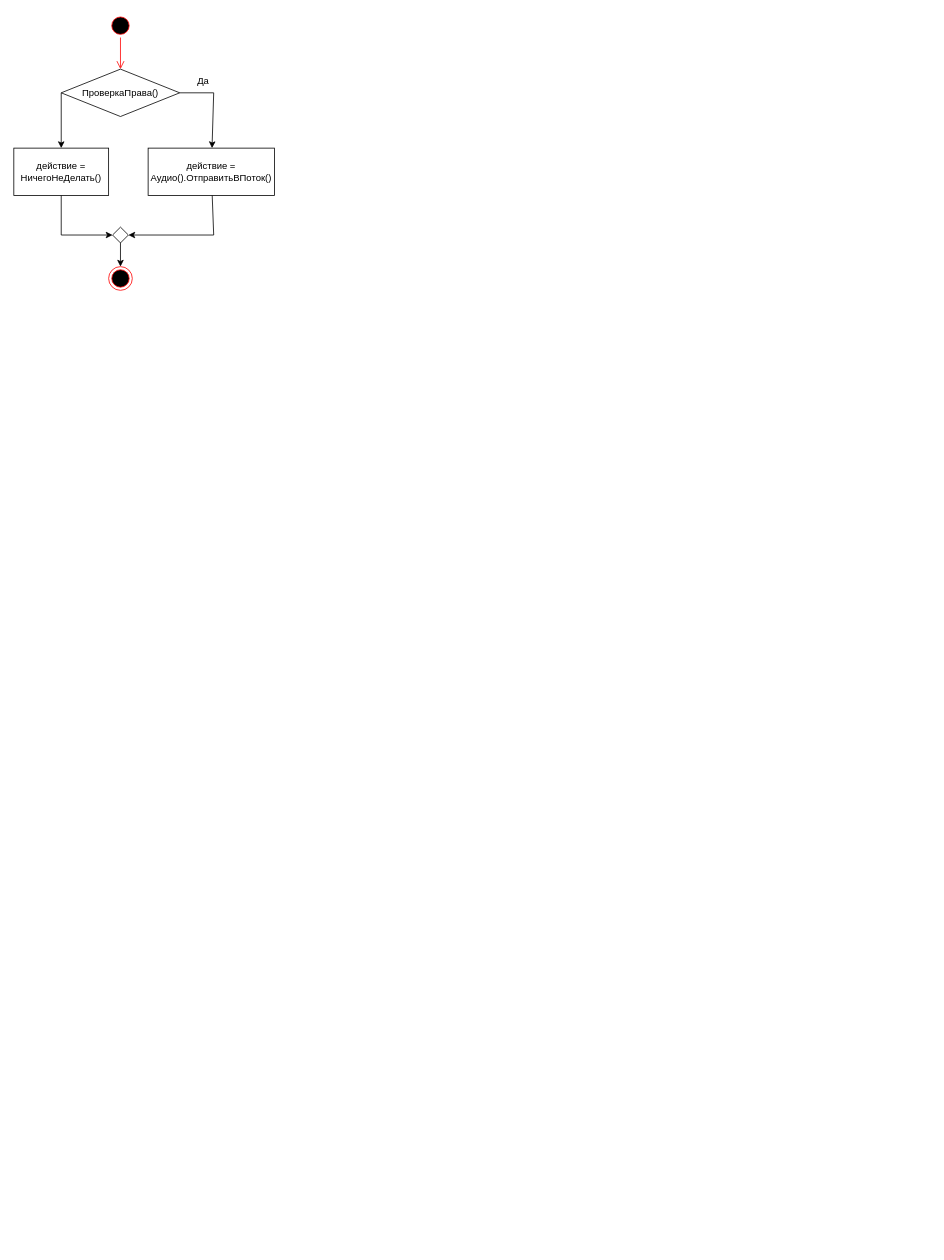
Above: ТОАУ/ЛР2/6 2.drawio in eldarian-1/pstu (draw.io), before the change. Source tidied: cells renumbered, new cells numbered last; positions are measured from the earlier drawing's top-left corner, leaving out a move shared by most shapes. Both pictures are drawn from the tidied source at 79%, with x=0, y=0 at pixel (13, 13).
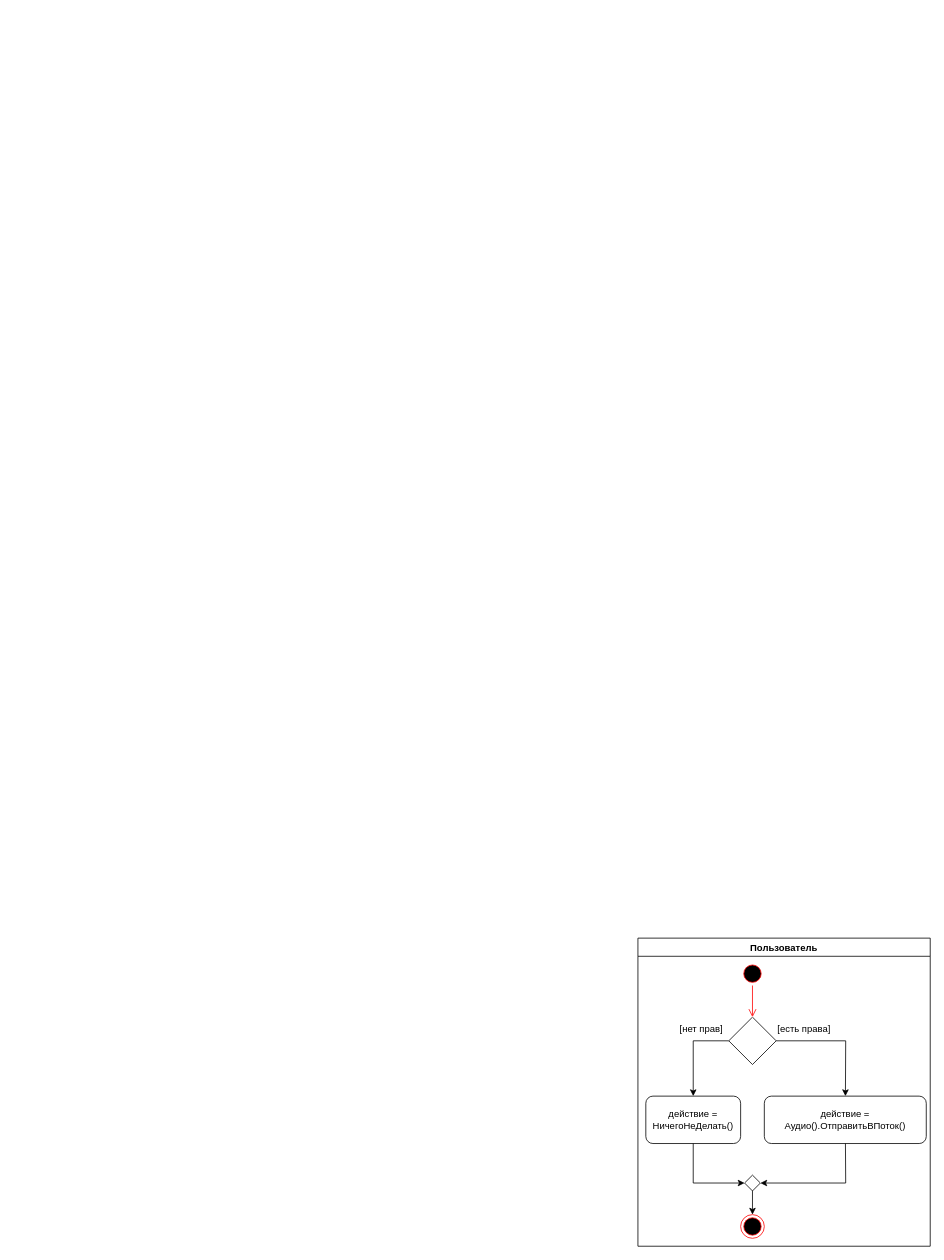
After the change.

What changed in the source:
```diff
@@
-    <mxCell id="2" style="ellipse;html=1;shape=startState;fillColor=#000000;strokeColor=#ff0000;" parent="1" vertex="1">
-      <mxGeometry x="120" width="30" height="30" as="geometry" />
-    </mxCell>
-    <mxCell id="3" style="edgeStyle=orthogonalEdgeStyle;html=1;verticalAlign=bottom;endArrow=open;endSize=8;strokeColor=#ff0000;rounded=0;" parent="1" edge="1" source="2" target="7">
-      <mxGeometry relative="1" as="geometry" />
-    </mxCell>
+    <mxCell id="15" value="Пользователь" style="swimlane;" parent="1" vertex="1">
+      <mxGeometry x="790" y="1170" width="370" height="390" as="geometry" />
+    </mxCell>
+    <mxCell id="16" style="ellipse;html=1;shape=startState;fillColor=#000000;strokeColor=#ff0000;" parent="15" vertex="1">
+      <mxGeometry x="130" y="30" width="30" height="30" as="geometry" />
+    </mxCell>
+    <mxCell id="17" style="edgeStyle=orthogonalEdgeStyle;html=1;verticalAlign=bottom;endArrow=open;endSize=8;strokeColor=#ff0000;rounded=0;" parent="15" edge="1" source="16" target="20">
+      <mxGeometry relative="1" as="geometry" />
+    </mxCell>
-    <mxCell id="4" value="действие = Аудио().ОтправитьВПоток()" style="rounded=0;whiteSpace=wrap;html=1;" parent="1" vertex="1">
-      <mxGeometry x="170" y="170" width="160" height="60" as="geometry" />
+    <mxCell id="4" value="действие = Аудио().ОтправитьВПоток()" style="rounded=1;whiteSpace=wrap;html=1;" parent="15" vertex="1">
+      <mxGeometry x="160" y="200" width="205" height="60" as="geometry" />
     </mxCell>
-    <mxCell id="5" style="ellipse;html=1;shape=endState;fillColor=#000000;strokeColor=#ff0000;" parent="1" vertex="1">
-      <mxGeometry x="120" y="320" width="30" height="30" as="geometry" />
-    </mxCell>
-    <mxCell id="6" style="endArrow=classic;html=1;rounded=0;entryX=1;entryY=0.5;entryDx=0;entryDy=0;" parent="1" edge="1" source="4" target="12">
-      <mxGeometry relative="1" as="geometry">
-        <Array as="points">
-          <mxPoint x="253" y="280" />
-        </Array>
-      </mxGeometry>
-    </mxCell>
-    <mxCell id="7" value="ПроверкаПрава()" style="rhombus;whiteSpace=wrap;html=1;" parent="1" vertex="1">
-      <mxGeometry x="60" y="70" width="150" height="60" as="geometry" />
-    </mxCell>
-    <mxCell id="8" style="endArrow=classic;html=1;rounded=0;exitX=1;exitY=0.5;exitDx=0;exitDy=0;" parent="1" edge="1" source="7" target="4">
-      <mxGeometry relative="1" as="geometry">
-        <Array as="points">
-          <mxPoint x="253" y="100" />
-        </Array>
-      </mxGeometry>
-    </mxCell>
+    <mxCell id="18" style="ellipse;html=1;shape=endState;fillColor=#000000;strokeColor=#ff0000;" parent="15" vertex="1">
+      <mxGeometry x="130" y="350" width="30" height="30" as="geometry" />
+    </mxCell>
+    <mxCell id="19" style="endArrow=classic;html=1;rounded=0;entryX=1;entryY=0.5;entryDx=0;entryDy=0;" parent="15" edge="1" source="4" target="23">
+      <mxGeometry relative="1" as="geometry">
+        <Array as="points">
+          <mxPoint x="263" y="310" />
+        </Array>
+      </mxGeometry>
+    </mxCell>
+    <mxCell id="20" style="rhombus;whiteSpace=wrap;html=1;" parent="15" vertex="1">
+      <mxGeometry x="115" y="100" width="60" height="60" as="geometry" />
+    </mxCell>
+    <mxCell id="21" style="endArrow=classic;html=1;rounded=0;exitX=1;exitY=0.5;exitDx=0;exitDy=0;" parent="15" edge="1" source="20" target="4">
+      <mxGeometry relative="1" as="geometry">
+        <Array as="points">
+          <mxPoint x="263" y="130" />
+        </Array>
+      </mxGeometry>
+    </mxCell>
-    <mxCell id="9" value="действие = НичегоНеДелать()" style="rounded=0;whiteSpace=wrap;html=1;" parent="1" vertex="1">
-      <mxGeometry y="170" width="120" height="60" as="geometry" />
+    <mxCell id="9" value="действие = НичегоНеДелать()" style="rounded=1;whiteSpace=wrap;html=1;" parent="15" vertex="1">
+      <mxGeometry x="10" y="200" width="120" height="60" as="geometry" />
     </mxCell>
-    <mxCell id="10" style="endArrow=classic;html=1;rounded=0;exitX=0;exitY=0.5;exitDx=0;exitDy=0;" parent="1" edge="1" source="7" target="9">
-      <mxGeometry relative="1" as="geometry" />
-    </mxCell>
-    <mxCell id="11" value="Да" style="text;html=1;strokeColor=none;fillColor=none;align=center;verticalAlign=middle;whiteSpace=wrap;rounded=0;" parent="1" vertex="1">
-      <mxGeometry x="210" y="70" width="60" height="30" as="geometry" />
-    </mxCell>
-    <mxCell id="12" style="rhombus;whiteSpace=wrap;html=1;" parent="1" vertex="1">
-      <mxGeometry x="125" y="270" width="20" height="20" as="geometry" />
-    </mxCell>
-    <mxCell id="13" style="endArrow=classic;html=1;rounded=0;entryX=0;entryY=0.5;entryDx=0;entryDy=0;" parent="1" edge="1" source="9" target="12">
-      <mxGeometry relative="1" as="geometry">
-        <Array as="points">
-          <mxPoint x="60" y="280" />
-        </Array>
-      </mxGeometry>
-    </mxCell>
-    <mxCell id="14" style="endArrow=classic;html=1;rounded=0;exitX=0.5;exitY=1;exitDx=0;exitDy=0;" parent="1" edge="1" source="12" target="5">
-      <mxGeometry relative="1" as="geometry" />
-    </mxCell>
+    <mxCell id="22" style="endArrow=classic;html=1;rounded=0;exitX=0;exitY=0.5;exitDx=0;exitDy=0;" parent="15" edge="1" source="20" target="9">
+      <mxGeometry relative="1" as="geometry">
+        <Array as="points">
+          <mxPoint x="70" y="130" />
+        </Array>
+      </mxGeometry>
+    </mxCell>
+    <mxCell id="23" style="rhombus;whiteSpace=wrap;html=1;" parent="15" vertex="1">
+      <mxGeometry x="135" y="300" width="20" height="20" as="geometry" />
+    </mxCell>
+    <mxCell id="24" style="endArrow=classic;html=1;rounded=0;entryX=0;entryY=0.5;entryDx=0;entryDy=0;" parent="15" edge="1" source="9" target="23">
+      <mxGeometry relative="1" as="geometry">
+        <Array as="points">
+          <mxPoint x="70" y="310" />
+        </Array>
+      </mxGeometry>
+    </mxCell>
+    <mxCell id="25" style="endArrow=classic;html=1;rounded=0;exitX=0.5;exitY=1;exitDx=0;exitDy=0;" parent="15" edge="1" source="23" target="18">
+      <mxGeometry relative="1" as="geometry" />
+    </mxCell>
+    <mxCell id="26" value="[нет прав]" style="text;html=1;align=center;verticalAlign=middle;strokeColor=none;fillColor=none;" parent="15" vertex="1">
+      <mxGeometry x="45" y="105" width="70" height="20" as="geometry" />
+    </mxCell>
+    <mxCell id="27" value="[есть права]" style="text;html=1;align=center;verticalAlign=middle;strokeColor=none;fillColor=none;" parent="15" vertex="1">
+      <mxGeometry x="170" y="105" width="80" height="20" as="geometry" />
+    </mxCell>
```
